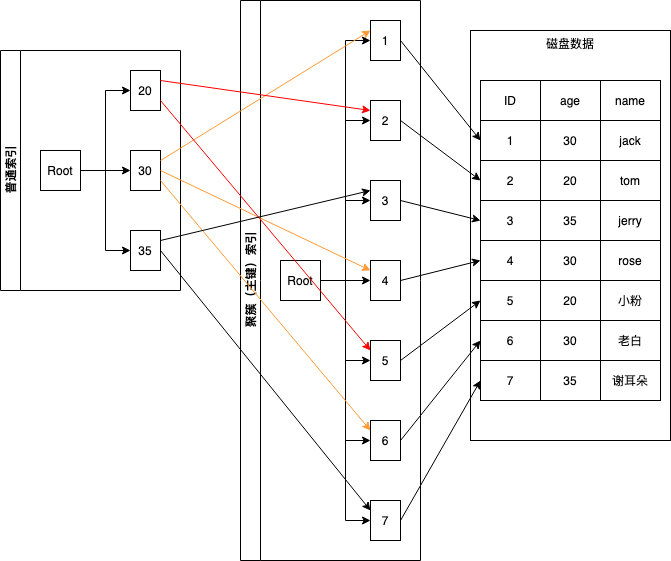
This is mysql-mrr.png from GallantKong/diagram, a draw.io export, as it was before one commit. Source tidied: cells renumbered, new cells last; positions are measured from the earlier drawing's top-left corner, leaving out a move shared by most shapes.
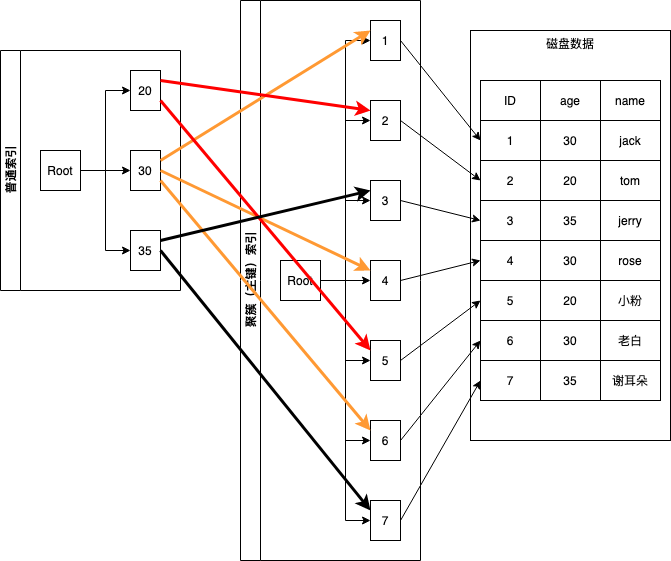
After the change.

Diff of the diagram source:
```diff
@@ -176,13 +176,13 @@
     <mxCell id="59" value="7" style="whiteSpace=wrap;html=1;" parent="44" vertex="1">
       <mxGeometry x="130" y="500" width="30" height="40" as="geometry" />
     </mxCell>
-    <mxCell id="60" style="edgeStyle=none;rounded=0;jettySize=auto;html=1;exitX=1;exitY=0.25;exitDx=0;exitDy=0;entryX=0;entryY=0.25;entryDx=0;entryDy=0;strokeColor=#FF9933;" parent="1" edge="1" source="5" target="46">
+    <mxCell id="60" style="edgeStyle=none;rounded=0;jettySize=auto;html=1;exitX=1;exitY=0.25;exitDx=0;exitDy=0;entryX=0;entryY=0.25;entryDx=0;entryDy=0;strokeColor=#FF9933;fontSize=22;strokeWidth=3;" parent="1" edge="1" source="5" target="46">
       <mxGeometry relative="1" as="geometry" />
     </mxCell>
-    <mxCell id="61" style="edgeStyle=none;rounded=0;jettySize=auto;html=1;exitX=1;exitY=0.5;exitDx=0;exitDy=0;entryX=0;entryY=0.25;entryDx=0;entryDy=0;strokeColor=#FF9933;" parent="1" edge="1" source="5" target="53">
+    <mxCell id="61" style="edgeStyle=none;rounded=0;jettySize=auto;html=1;exitX=1;exitY=0.5;exitDx=0;exitDy=0;entryX=0;entryY=0.25;entryDx=0;entryDy=0;strokeColor=#FF9933;fontSize=22;strokeWidth=3;" parent="1" edge="1" source="5" target="53">
       <mxGeometry relative="1" as="geometry" />
     </mxCell>
-    <mxCell id="62" style="edgeStyle=none;rounded=0;jettySize=auto;html=1;exitX=1;exitY=0.75;exitDx=0;exitDy=0;entryX=0;entryY=0.25;entryDx=0;entryDy=0;strokeColor=#FF9933;" parent="1" edge="1" source="5" target="57">
+    <mxCell id="62" style="edgeStyle=none;rounded=0;jettySize=auto;html=1;exitX=1;exitY=0.75;exitDx=0;exitDy=0;entryX=0;entryY=0.25;entryDx=0;entryDy=0;strokeColor=#FF9933;fontSize=22;strokeWidth=3;" parent="1" edge="1" source="5" target="57">
       <mxGeometry relative="1" as="geometry" />
     </mxCell>
     <mxCell id="63" style="edgeStyle=none;rounded=0;jettySize=auto;html=1;exitX=1;exitY=0.5;exitDx=0;exitDy=0;entryX=0;entryY=0.5;entryDx=0;entryDy=0;" parent="1" edge="1" source="46" target="16">
@@ -206,16 +206,16 @@
     <mxCell id="69" style="edgeStyle=none;rounded=0;jettySize=auto;html=1;exitX=1;exitY=0.5;exitDx=0;exitDy=0;entryX=0;entryY=0.5;entryDx=0;entryDy=0;" parent="1" edge="1" source="59" target="40">
       <mxGeometry relative="1" as="geometry" />
     </mxCell>
-    <mxCell id="70" style="edgeStyle=none;rounded=0;jettySize=auto;html=1;exitX=1;exitY=0.25;exitDx=0;exitDy=0;entryX=0;entryY=0.25;entryDx=0;entryDy=0;strokeColor=#FF0000;" parent="1" edge="1" source="7" target="48">
+    <mxCell id="70" style="edgeStyle=none;rounded=0;jettySize=auto;html=1;exitX=1;exitY=0.25;exitDx=0;exitDy=0;entryX=0;entryY=0.25;entryDx=0;entryDy=0;strokeColor=#FF0000;fontStyle=1;fontSize=12;horizontal=1;strokeWidth=3;" parent="1" edge="1" source="7" target="48">
       <mxGeometry relative="1" as="geometry" />
     </mxCell>
-    <mxCell id="71" style="edgeStyle=none;rounded=0;jettySize=auto;html=1;exitX=1;exitY=0.75;exitDx=0;exitDy=0;entryX=0;entryY=0.25;entryDx=0;entryDy=0;strokeColor=#FF0000;" parent="1" edge="1" source="7" target="55">
+    <mxCell id="71" style="edgeStyle=none;rounded=0;jettySize=auto;html=1;exitX=1;exitY=0.75;exitDx=0;exitDy=0;entryX=0;entryY=0.25;entryDx=0;entryDy=0;strokeColor=#FF0000;fontSize=22;strokeWidth=3;" parent="1" edge="1" source="7" target="55">
       <mxGeometry relative="1" as="geometry" />
     </mxCell>
-    <mxCell id="72" style="edgeStyle=none;rounded=0;jettySize=auto;html=1;exitX=1;exitY=0.25;exitDx=0;exitDy=0;entryX=0;entryY=0.25;entryDx=0;entryDy=0;" parent="1" edge="1" source="9" target="50">
+    <mxCell id="72" style="edgeStyle=none;rounded=0;jettySize=auto;html=1;exitX=1;exitY=0.25;exitDx=0;exitDy=0;entryX=0;entryY=0.25;entryDx=0;entryDy=0;fontSize=22;strokeWidth=3;" parent="1" edge="1" source="9" target="50">
       <mxGeometry relative="1" as="geometry" />
     </mxCell>
-    <mxCell id="73" style="edgeStyle=none;rounded=0;jettySize=auto;html=1;exitX=1;exitY=0.5;exitDx=0;exitDy=0;entryX=0;entryY=0.25;entryDx=0;entryDy=0;fillColor=#FF960D;" parent="1" edge="1" source="9" target="59">
+    <mxCell id="73" style="edgeStyle=none;rounded=0;jettySize=auto;html=1;exitX=1;exitY=0.5;exitDx=0;exitDy=0;entryX=0;entryY=0.25;entryDx=0;entryDy=0;fillColor=#FF960D;fontSize=22;strokeWidth=3;" parent="1" edge="1" source="9" target="59">
       <mxGeometry relative="1" as="geometry" />
     </mxCell>
   </root>
```
